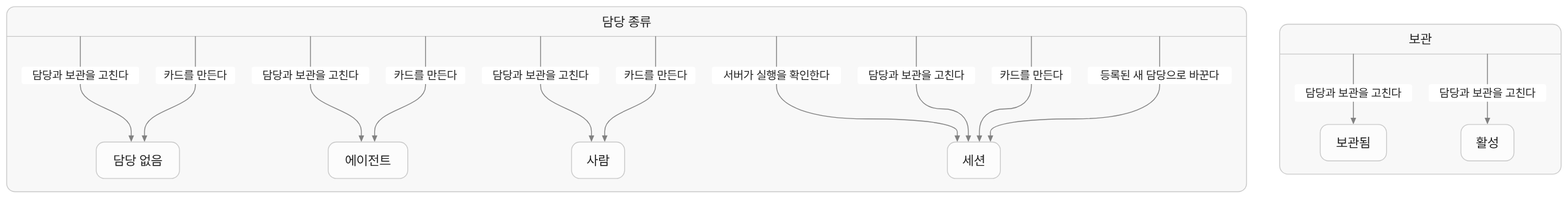
Above: docs/cards/generated/05-assignee-archive.png in eiaserinnys/soulstream (Mermaid), before the change. Its source is kept beside it as docs/cards/generated/05-assignee-archive.mmd.
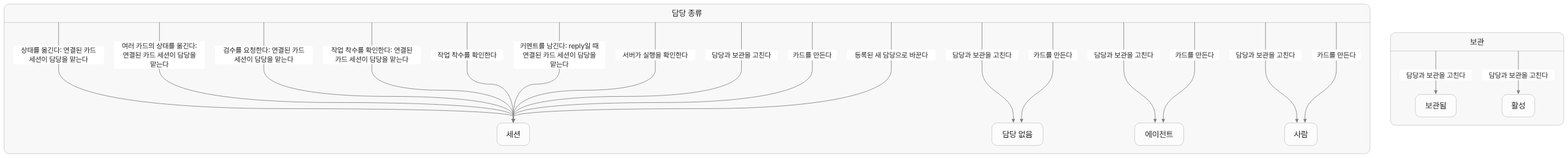
After the commit.

What changed in the source:
```diff
@@ -14,6 +14,12 @@
     state "활성" as arch_active
     state "보관됨" as arch_archived
 }
+cardDecision_assignee --> a_session: 상태를 옮긴다: 연결된 카드 세션이 담당을 맡는다
+cardDecision_assignee --> a_session: 여러 카드의 상태를 옮긴다: 연결된 카드 세션이 담당을 맡는다
+cardDecision_assignee --> a_session: 검수를 요청한다: 연결된 카드 세션이 담당을 맡는다
+cardDecision_assignee --> a_session: 작업 착수를 확인한다: 연결된 카드 세션이 담당을 맡는다
+cardDecision_assignee --> a_session: 작업 착수를 확인한다
+cardDecision_assignee --> a_session: 커멘트를 남긴다: reply일 때 연결된 카드 세션이 담당을 맡는다
 cardDecision_assignee --> a_session: 서버가 실행을 확인한다
 cardDecision_assignee --> a_none: 담당과 보관을 고친다
 cardDecision_assignee --> a_agent: 담당과 보관을 고친다
```
